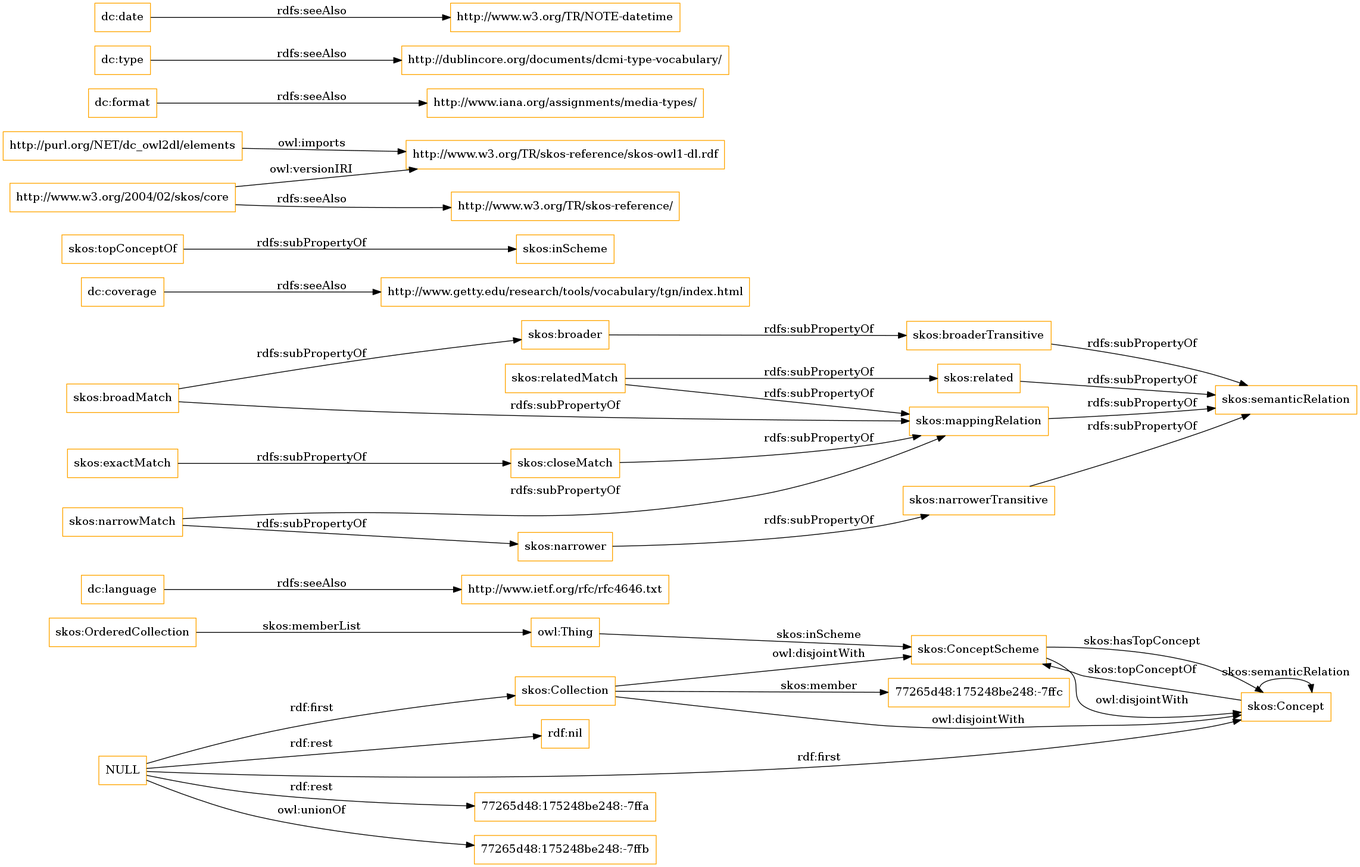
OnToologyUser/core-ontology-1 keeps this Graphviz diagram as OnToology/imports/elements.owl/diagrams/ar2dtool-class/elements.owl.png. Above is the earlier version. Its source is kept beside it as OnToology/imports/elements.owl/diagrams/ar2dtool-class/elements.owl.png.dot.
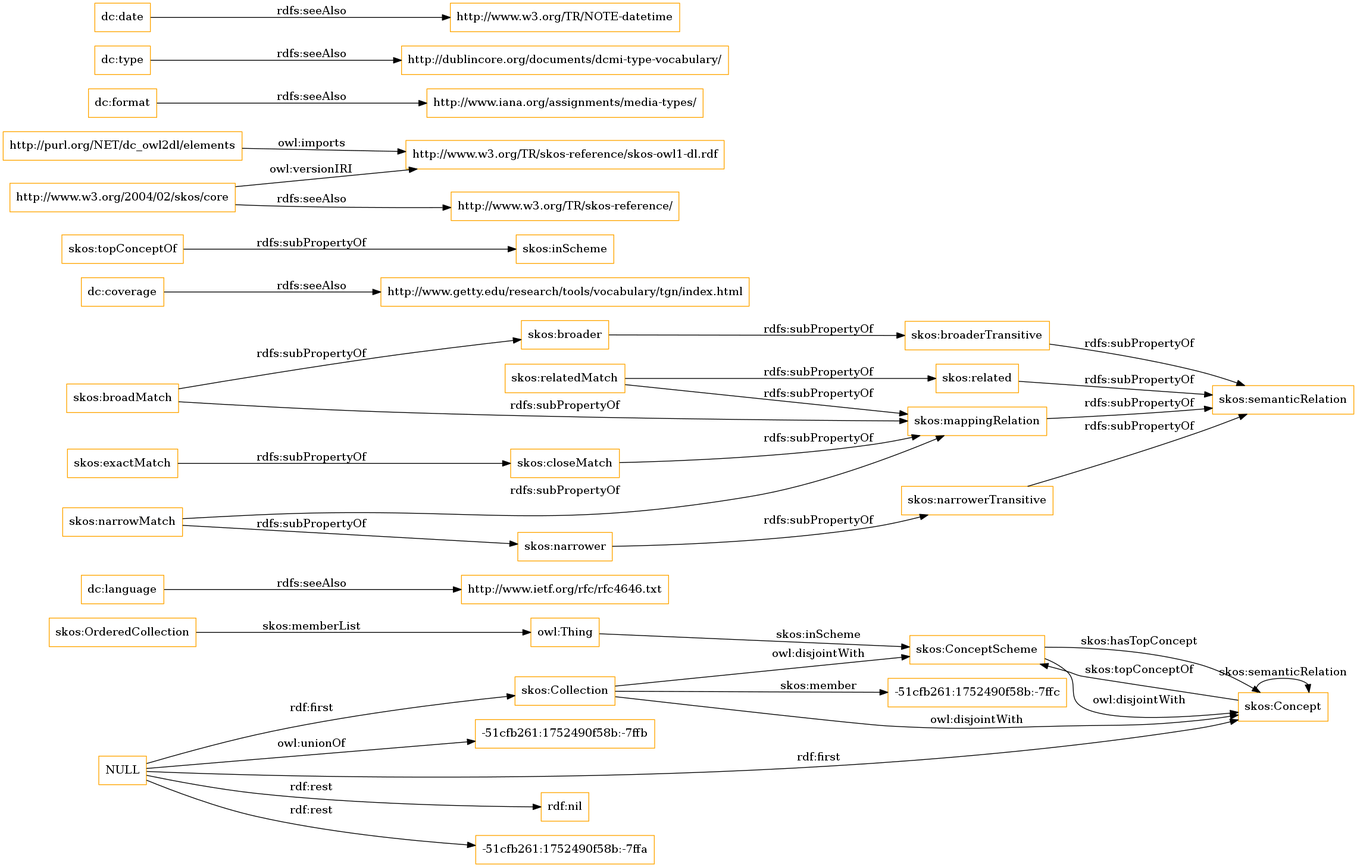
Later version of the same file.

What changed in the source:
```diff
@@ -1,13 +1,13 @@
 digraph ar2dtool_diagram {
 rankdir=LR;
 size="1501"
-node [shape = rectangle, color="orange"]; "77265d48:175248be248:-7ffc" "skos:OrderedCollection" "skos:Collection" "skos:ConceptScheme" "skos:Concept" ; /*classes style*/
+node [shape = rectangle, color="orange"]; "-51cfb261:1752490f58b:-7ffc" "skos:OrderedCollection" "skos:Collection" "skos:ConceptScheme" "skos:Concept" ; /*classes style*/
 	"dc:language" -> "http://www.ietf.org/rfc/rfc4646.txt" [ label = "rdfs:seeAlso" ];
-	"NULL" -> "77265d48:175248be248:-7ffa" [ label = "rdf:rest" ];
-	"NULL" -> "skos:Concept" [ label = "rdf:first" ];
-	"NULL" -> "77265d48:175248be248:-7ffb" [ label = "owl:unionOf" ];
 	"NULL" -> "rdf:nil" [ label = "rdf:rest" ];
 	"NULL" -> "skos:Collection" [ label = "rdf:first" ];
+	"NULL" -> "-51cfb261:1752490f58b:-7ffa" [ label = "rdf:rest" ];
+	"NULL" -> "skos:Concept" [ label = "rdf:first" ];
+	"NULL" -> "-51cfb261:1752490f58b:-7ffb" [ label = "owl:unionOf" ];
 	"skos:closeMatch" -> "skos:mappingRelation" [ label = "rdfs:subPropertyOf" ];
 	"dc:coverage" -> "http://www.getty.edu/research/tools/vocabulary/tgn/index.html" [ label = "rdfs:seeAlso" ];
 	"skos:relatedMatch" -> "skos:related" [ label = "rdfs:subPropertyOf" ];
@@ -36,7 +36,7 @@
 	"skos:OrderedCollection" -> "owl:Thing" [ label = "skos:memberList" ];
 	"skos:Concept" -> "skos:ConceptScheme" [ label = "skos:topConceptOf" ];
 	"skos:Concept" -> "skos:Concept" [ label = "skos:semanticRelation" ];
-	"skos:Collection" -> "77265d48:175248be248:-7ffc" [ label = "skos:member" ];
+	"skos:Collection" -> "-51cfb261:1752490f58b:-7ffc" [ label = "skos:member" ];
 	"skos:ConceptScheme" -> "skos:Concept" [ label = "skos:hasTopConcept" ];
 	"owl:Thing" -> "skos:ConceptScheme" [ label = "skos:inScheme" ];
 
```
